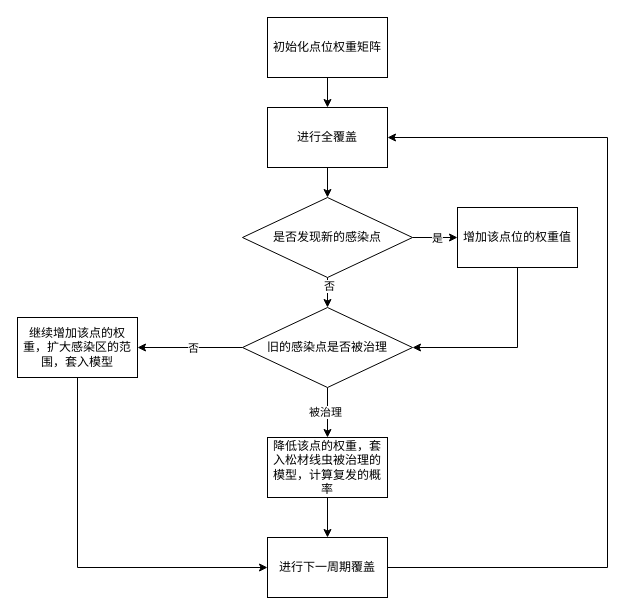
AGUANX/draw keeps this draw.io diagram as 松材线虫检测权重矩阵更新.drawio. Above is the earlier version. Source tidied: cells renumbered, new cells numbered last; positions are measured from the earlier drawing's top-left corner, leaving out a move shared by most shapes. Both pictures are drawn from the tidied source at 100%, with x=0, y=0 at pixel (17, 17).
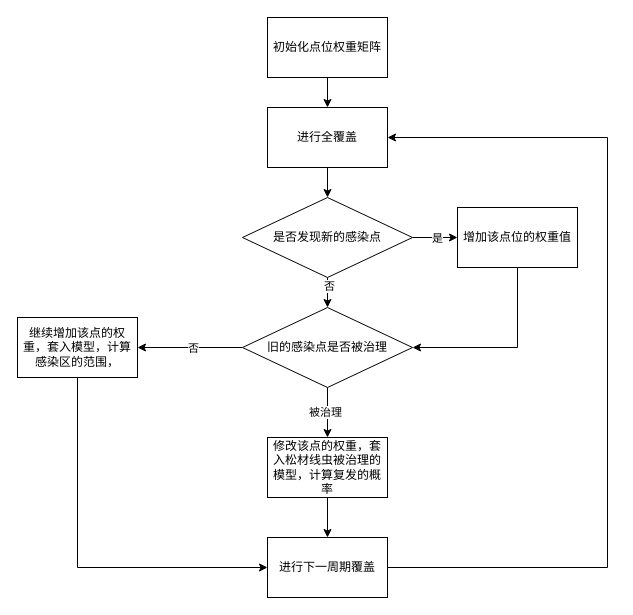
The same page after the edit.

Commit message:
更新松材线虫检测权重矩阵更新.drawio

Diff of the diagram source:
```diff
@@
-    <mxCell id="19" value="继续增加该点的权重，扩大感染区的范围，套入模型" style="whiteSpace=wrap;html=1;rounded=0;" parent="1" vertex="1">
+    <mxCell id="19" value="继续增加该点的权重，套入模型，计算感染区的范围，" style="whiteSpace=wrap;html=1;rounded=0;" parent="1" vertex="1">
       <mxGeometry y="300" width="120" height="60" as="geometry" />
     </mxCell>
@@
-    <mxCell id="21" value="降低该点的权重，套入松材线虫被治理的模型，计算复发的概率" style="whiteSpace=wrap;html=1;rounded=0;" parent="1" vertex="1">
+    <mxCell id="21" value="修改该点的权重，套入松材线虫被治理的模型，计算复发的概率" style="whiteSpace=wrap;html=1;rounded=0;" parent="1" vertex="1">
       <mxGeometry x="250" y="420" width="120" height="60" as="geometry" />
     </mxCell>
```
